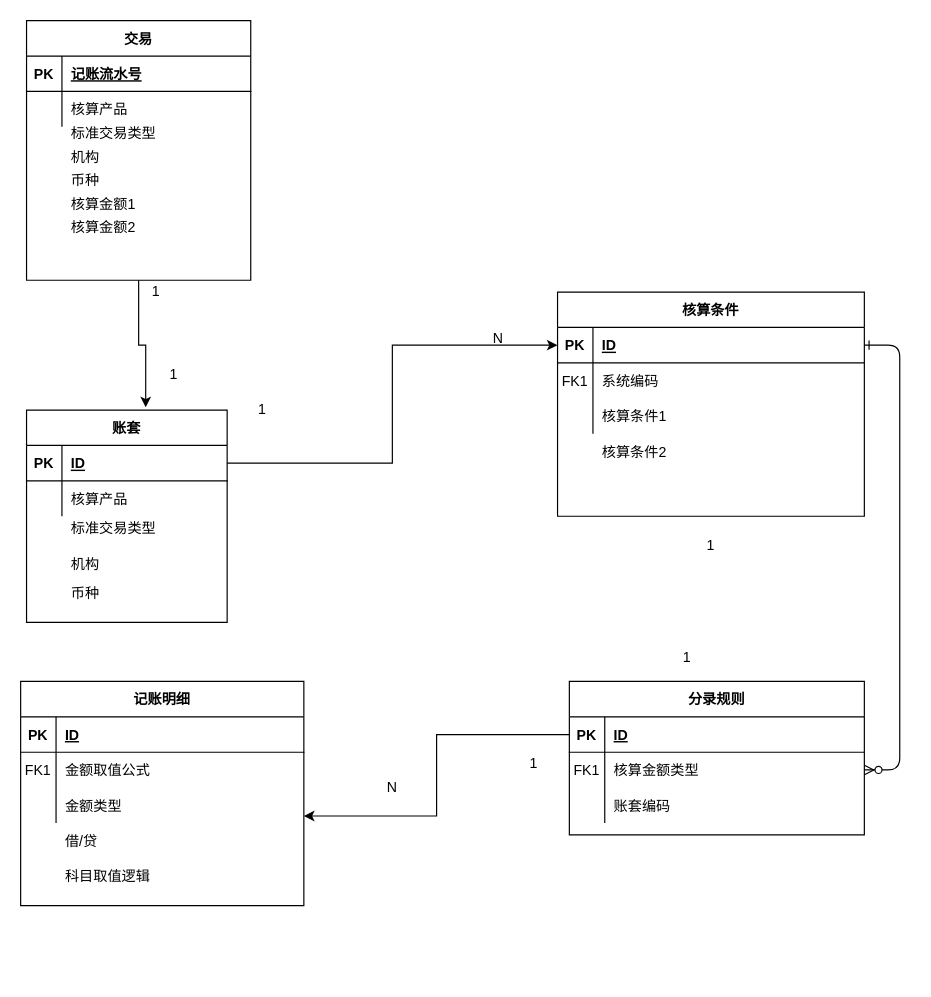
Earlier version of the draw.io diagram page "Page-1" (1 of 2) of 未命名绘图.drawio (InitialCoder/learn). Source tidied: cells renumbered, new cells numbered last; positions are measured from the earlier drawing's top-left corner, leaving out a move shared by most shapes. Both pictures are drawn from the tidied source at 118%, with x=0, y=0 at pixel (20, 20).
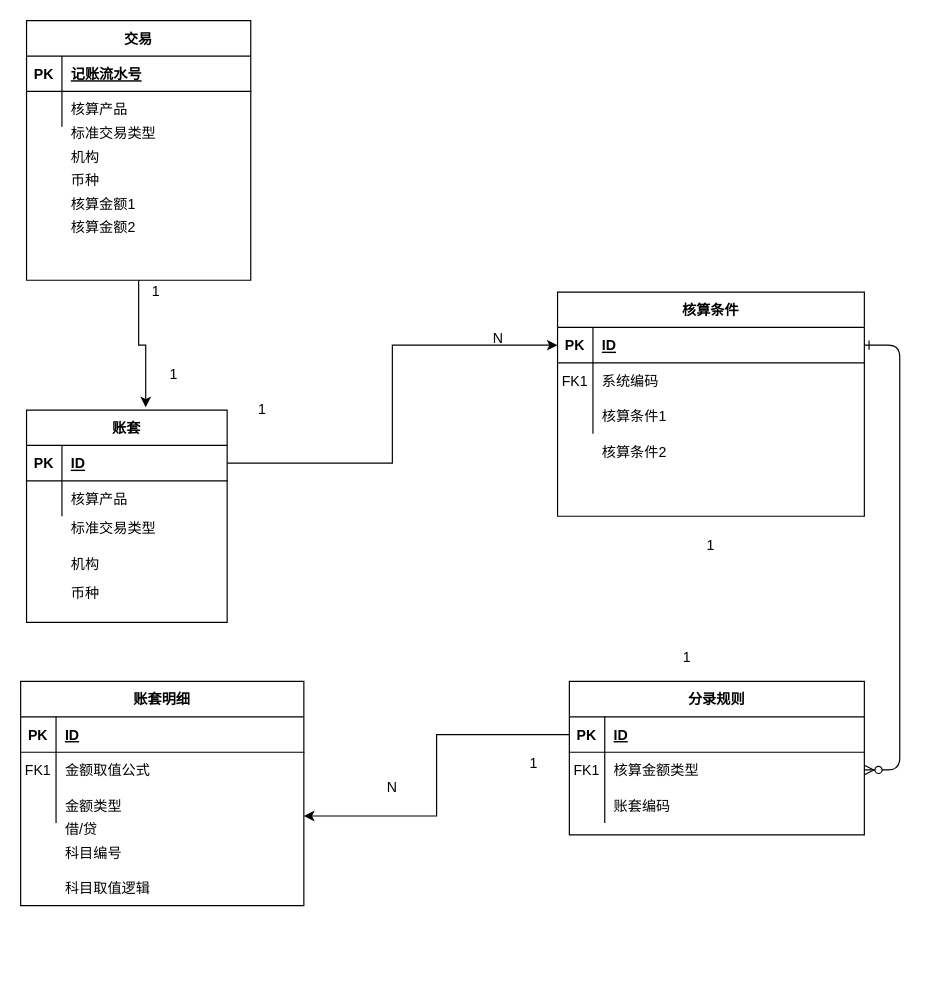
The same diagram, later.

Unchanged cells that the change refers to:
```xml
<mxCell id="18" style="group;" parent="1" vertex="1">
  <mxGeometry y="560" width="260" height="250" as="geometry" />
</mxCell>
```

The edit, as a diff of the source:
```diff
@@
-    <mxCell id="19" value="记账明细" style="shape=table;startSize=30;childLayout=tableLayout;rowLines=0;fontStyle=1;align=center;" parent="18" vertex="1">
+    <mxCell id="19" value="账套明细" style="shape=table;startSize=30;childLayout=tableLayout;rowLines=0;fontStyle=1;align=center;" parent="18" vertex="1">
       <mxGeometry width="240" height="190" as="geometry" />
     </mxCell>
@@
     <mxCell id="29" value="借/贷" style="shape=partialRectangle;overflow=hidden;fillColor=none;top=0;left=0;bottom=0;right=0;align=left;spacingLeft=6;" parent="18" vertex="1">
-      <mxGeometry x="30" y="120" width="230" height="30" as="geometry" />
+      <mxGeometry x="30" y="110" width="230" height="30" as="geometry" />
     </mxCell>
     <mxCell id="30" value="科目取值逻辑" style="shape=partialRectangle;overflow=hidden;fillColor=none;top=0;left=0;bottom=0;right=0;align=left;spacingLeft=6;" parent="18" vertex="1">
-      <mxGeometry x="30" y="150" width="230" height="30" as="geometry" />
+      <mxGeometry x="30" y="160" width="230" height="30" as="geometry" />
     </mxCell>
+    <mxCell id="75" value="科目编号" style="shape=partialRectangle;overflow=hidden;fillColor=none;top=0;left=0;bottom=0;right=0;align=left;spacingLeft=6;" parent="18" vertex="1">
+      <mxGeometry x="30" y="130" width="230" height="30" as="geometry" />
+    </mxCell>
```
